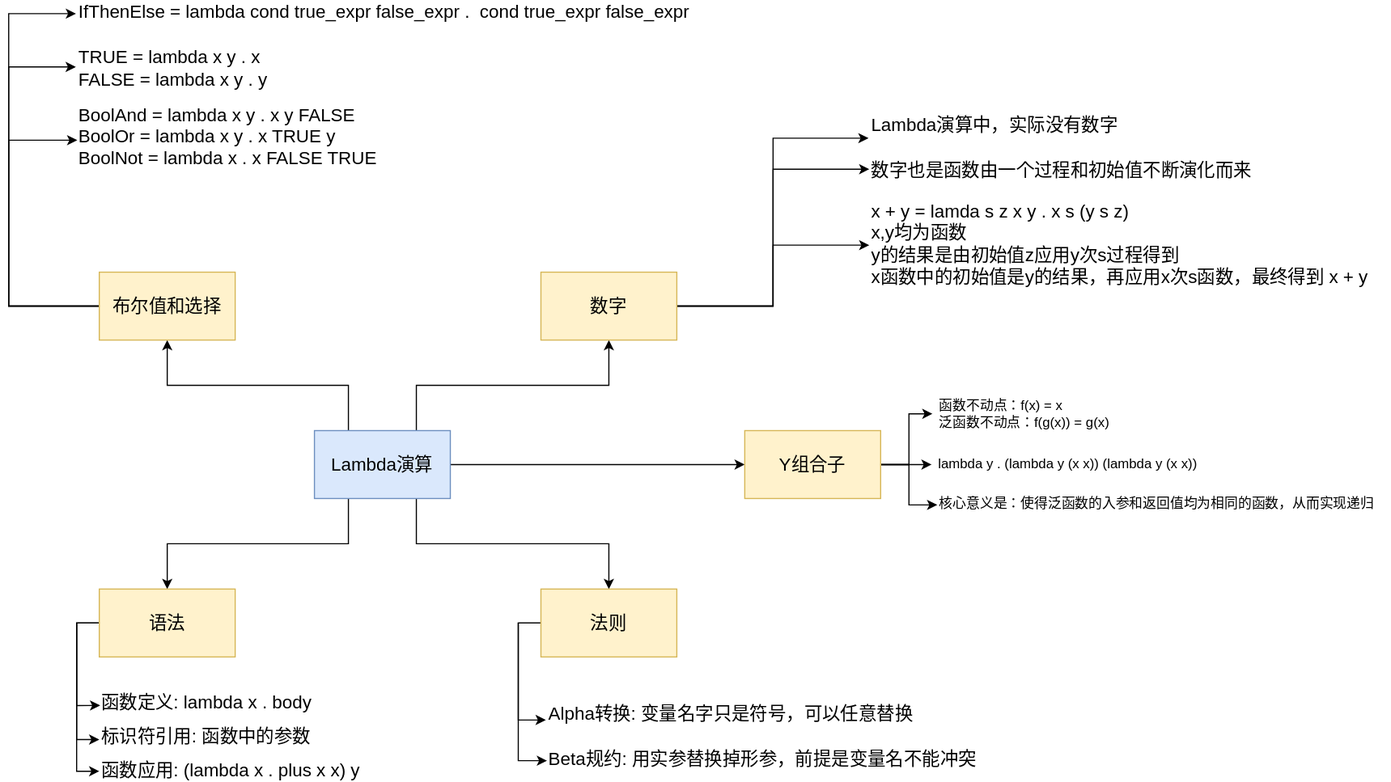
The draw.io diagram docs/lamda-calus.drawio.svg in 109km/learn-sicp-by-exersices, before a commit. Source tidied: cells renumbered, new cells last; positions are measured from the earlier drawing's top-left corner, leaving out a move shared by most shapes. Its diagram source:
```xml
<mxGraphModel>
  <root>
    <mxCell id="0" />
    <mxCell id="1" parent="0" />
    <mxCell id="2" style="edgeStyle=orthogonalEdgeStyle;rounded=0;jettySize=auto;html=1;exitX=0.25;exitY=1;exitDx=0;exitDy=0;entryX=0.5;entryY=0;entryDx=0;entryDy=0;fontSize=16;" parent="1" edge="1" source="7" target="14">
      <mxGeometry relative="1" as="geometry" />
    </mxCell>
    <mxCell id="3" style="edgeStyle=orthogonalEdgeStyle;rounded=0;jettySize=auto;html=1;exitX=0.75;exitY=1;exitDx=0;exitDy=0;entryX=0.5;entryY=0;entryDx=0;entryDy=0;fontSize=16;" parent="1" edge="1" source="7" target="10">
      <mxGeometry relative="1" as="geometry" />
    </mxCell>
    <mxCell id="4" style="edgeStyle=orthogonalEdgeStyle;rounded=0;jettySize=auto;html=1;exitX=0.75;exitY=0;exitDx=0;exitDy=0;entryX=0.5;entryY=1;entryDx=0;entryDy=0;fontSize=16;" parent="1" edge="1" source="7" target="23">
      <mxGeometry relative="1" as="geometry" />
    </mxCell>
    <mxCell id="5" style="edgeStyle=orthogonalEdgeStyle;rounded=0;jettySize=auto;html=1;exitX=0.25;exitY=0;exitDx=0;exitDy=0;fontSize=16;" parent="1" edge="1" source="7" target="30">
      <mxGeometry relative="1" as="geometry" />
    </mxCell>
    <mxCell id="6" style="edgeStyle=orthogonalEdgeStyle;rounded=0;jettySize=auto;html=1;exitX=1;exitY=0.5;exitDx=0;exitDy=0;entryX=0;entryY=0.5;entryDx=0;entryDy=0;" parent="1" edge="1" source="7" target="37">
      <mxGeometry relative="1" as="geometry" />
    </mxCell>
    <mxCell id="7" value="Lambda演算" style="rounded=0;whiteSpace=wrap;html=1;fillColor=#dae8fc;strokeColor=#6c8ebf;fontSize=16;" parent="1" vertex="1">
      <mxGeometry x="270" y="380" width="120" height="60" as="geometry" />
    </mxCell>
    <mxCell id="8" style="edgeStyle=orthogonalEdgeStyle;rounded=0;jettySize=auto;html=1;exitX=0;exitY=0.5;exitDx=0;exitDy=0;entryX=-0.002;entryY=0.786;entryDx=0;entryDy=0;entryPerimeter=0;fontSize=16;" parent="1" edge="1" source="10" target="18">
      <mxGeometry relative="1" as="geometry" />
    </mxCell>
    <mxCell id="9" style="edgeStyle=orthogonalEdgeStyle;rounded=0;jettySize=auto;html=1;exitX=0;exitY=0.5;exitDx=0;exitDy=0;entryX=0.001;entryY=0.583;entryDx=0;entryDy=0;entryPerimeter=0;fontSize=16;" parent="1" edge="1" source="10" target="19">
      <mxGeometry relative="1" as="geometry" />
    </mxCell>
    <mxCell id="10" value="法则" style="rounded=0;whiteSpace=wrap;html=1;fillColor=#fff2cc;strokeColor=#d6b656;fontSize=16;" parent="1" vertex="1">
      <mxGeometry x="470" y="520" width="120" height="60" as="geometry" />
    </mxCell>
    <mxCell id="11" style="edgeStyle=orthogonalEdgeStyle;rounded=0;jettySize=auto;html=1;exitX=0;exitY=0.5;exitDx=0;exitDy=0;fontSize=16;entryX=0.004;entryY=0.643;entryDx=0;entryDy=0;entryPerimeter=0;" parent="1" edge="1" source="14" target="15">
      <mxGeometry relative="1" as="geometry" />
    </mxCell>
    <mxCell id="12" style="edgeStyle=orthogonalEdgeStyle;rounded=0;jettySize=auto;html=1;exitX=0;exitY=0.5;exitDx=0;exitDy=0;entryX=0;entryY=0.65;entryDx=0;entryDy=0;entryPerimeter=0;fontSize=16;" parent="1" edge="1" source="14" target="16">
      <mxGeometry relative="1" as="geometry" />
    </mxCell>
    <mxCell id="13" style="edgeStyle=orthogonalEdgeStyle;rounded=0;jettySize=auto;html=1;exitX=0;exitY=0.5;exitDx=0;exitDy=0;entryX=0;entryY=0.55;entryDx=0;entryDy=0;entryPerimeter=0;fontSize=16;" parent="1" edge="1" source="14" target="17">
      <mxGeometry relative="1" as="geometry" />
    </mxCell>
    <mxCell id="14" value="语法" style="rounded=0;whiteSpace=wrap;html=1;fillColor=#fff2cc;strokeColor=#d6b656;fontSize=16;" parent="1" vertex="1">
      <mxGeometry x="80" y="520" width="120" height="60" as="geometry" />
    </mxCell>
    <mxCell id="15" value="函数定义: lambda x . body" style="text;html=1;align=left;verticalAlign=middle;points=[];fontSize=16;" parent="1" vertex="1">
      <mxGeometry x="80" y="610" width="200" height="20" as="geometry" />
    </mxCell>
    <mxCell id="16" value="标识符引用: 函数中的参数" style="text;html=1;align=left;verticalAlign=middle;points=[];fontSize=16;" parent="1" vertex="1">
      <mxGeometry x="80" y="640" width="200" height="20" as="geometry" />
    </mxCell>
    <mxCell id="17" value="函数应用: (lambda x . plus x x) y" style="text;html=1;align=left;verticalAlign=middle;points=[];fontSize=16;" parent="1" vertex="1">
      <mxGeometry x="80" y="670" width="240" height="20" as="geometry" />
    </mxCell>
    <mxCell id="18" value="Alpha转换: 变量名字只是符号，可以任意替换" style="text;html=1;align=left;verticalAlign=middle;points=[];fontSize=16;" parent="1" vertex="1">
      <mxGeometry x="475" y="620" width="340" height="20" as="geometry" />
    </mxCell>
    <mxCell id="19" value="Beta规约: 用实参替换掉形参，前提是变量名不能冲突" style="text;html=1;align=left;verticalAlign=middle;points=[];fontSize=16;" parent="1" vertex="1">
      <mxGeometry x="475" y="660" width="390" height="20" as="geometry" />
    </mxCell>
    <mxCell id="20" style="edgeStyle=orthogonalEdgeStyle;rounded=0;jettySize=auto;html=1;exitX=1;exitY=0.5;exitDx=0;exitDy=0;entryX=-0.003;entryY=1.079;entryDx=0;entryDy=0;entryPerimeter=0;fontSize=16;" parent="1" edge="1" source="23" target="24">
      <mxGeometry relative="1" as="geometry" />
    </mxCell>
    <mxCell id="21" style="edgeStyle=orthogonalEdgeStyle;rounded=0;jettySize=auto;html=1;exitX=1;exitY=0.5;exitDx=0;exitDy=0;entryX=0;entryY=0.45;entryDx=0;entryDy=0;entryPerimeter=0;fontSize=16;" parent="1" edge="1" source="23" target="25">
      <mxGeometry relative="1" as="geometry" />
    </mxCell>
    <mxCell id="22" style="edgeStyle=orthogonalEdgeStyle;rounded=0;jettySize=auto;html=1;exitX=1;exitY=0.5;exitDx=0;exitDy=0;entryX=0;entryY=0.514;entryDx=0;entryDy=0;entryPerimeter=0;fontSize=16;" parent="1" edge="1" source="23" target="26">
      <mxGeometry relative="1" as="geometry" />
    </mxCell>
    <mxCell id="23" value="数字" style="rounded=0;whiteSpace=wrap;html=1;fillColor=#fff2cc;strokeColor=#d6b656;fontSize=16;" parent="1" vertex="1">
      <mxGeometry x="470" y="240" width="120" height="60" as="geometry" />
    </mxCell>
    <mxCell id="24" value="Lambda演算中，实际没有数字" style="text;html=1;align=left;verticalAlign=middle;points=[];fontSize=16;" parent="1" vertex="1">
      <mxGeometry x="760" y="100" width="230" height="20" as="geometry" />
    </mxCell>
    <mxCell id="25" value="数字也是函数由一个过程和初始值不断演化而来" style="text;html=1;align=left;verticalAlign=middle;points=[];fontSize=16;" parent="1" vertex="1">
      <mxGeometry x="760" y="140" width="350" height="20" as="geometry" />
    </mxCell>
    <mxCell id="26" value="x + y = lamda s z x y . x s (y s z)&amp;nbsp; &lt;br style=&quot;font-size: 16px;&quot;&gt;x,y均为函数&lt;br style=&quot;font-size: 16px;&quot;&gt;y的结果是由初始值z应用y次s过程得到&lt;br style=&quot;font-size: 16px;&quot;&gt;x函数中的初始值是y的结果，再应用x次s函数，最终得到 x + y" style="text;html=1;align=left;verticalAlign=middle;points=[];fontSize=16;" parent="1" vertex="1">
      <mxGeometry x="760" y="175" width="450" height="80" as="geometry" />
    </mxCell>
    <mxCell id="27" style="edgeStyle=orthogonalEdgeStyle;rounded=0;jettySize=auto;html=1;exitX=0;exitY=0.5;exitDx=0;exitDy=0;entryX=0.002;entryY=0.556;entryDx=0;entryDy=0;entryPerimeter=0;fontSize=16;" parent="1" edge="1" source="30" target="33">
      <mxGeometry relative="1" as="geometry">
        <Array as="points">
          <mxPoint y="270" />
          <mxPoint y="123" />
        </Array>
      </mxGeometry>
    </mxCell>
    <mxCell id="28" style="edgeStyle=orthogonalEdgeStyle;rounded=0;jettySize=auto;html=1;exitX=0;exitY=0.5;exitDx=0;exitDy=0;entryX=-0.004;entryY=0.466;entryDx=0;entryDy=0;entryPerimeter=0;fontSize=16;" parent="1" edge="1" source="30" target="32">
      <mxGeometry relative="1" as="geometry">
        <Array as="points">
          <mxPoint y="270" />
          <mxPoint y="59" />
        </Array>
      </mxGeometry>
    </mxCell>
    <mxCell id="29" style="edgeStyle=orthogonalEdgeStyle;rounded=0;jettySize=auto;html=1;exitX=0;exitY=0.5;exitDx=0;exitDy=0;entryX=-0.001;entryY=0.579;entryDx=0;entryDy=0;entryPerimeter=0;fontSize=16;" parent="1" edge="1" source="30" target="31">
      <mxGeometry relative="1" as="geometry">
        <Array as="points">
          <mxPoint y="270" />
          <mxPoint y="12" />
        </Array>
      </mxGeometry>
    </mxCell>
    <mxCell id="30" value="布尔值和选择" style="rounded=0;whiteSpace=wrap;html=1;fillColor=#fff2cc;strokeColor=#d6b656;fontSize=16;" parent="1" vertex="1">
      <mxGeometry x="80" y="240" width="120" height="60" as="geometry" />
    </mxCell>
    <mxCell id="31" value="IfThenElse = lambda cond true_expr false_expr .&amp;nbsp; cond true_expr false_expr" style="text;html=1;align=left;verticalAlign=middle;points=[];fontSize=16;" parent="1" vertex="1">
      <mxGeometry x="60" width="550" height="20" as="geometry" />
    </mxCell>
    <mxCell id="32" value="TRUE = lambda x y . x&lt;br style=&quot;font-size: 16px;&quot;&gt;FALSE = lambda x y . y" style="text;html=1;align=left;verticalAlign=middle;points=[];fontSize=16;" parent="1" vertex="1">
      <mxGeometry x="60" y="40" width="180" height="40" as="geometry" />
    </mxCell>
    <mxCell id="33" value="BoolAnd = lambda x y . x y FALSE&lt;br style=&quot;font-size: 16px&quot;&gt;BoolOr = lambda x y . x TRUE y&lt;br&gt;BoolNot = lambda x . x FALSE TRUE" style="text;html=1;align=left;verticalAlign=middle;points=[];fontSize=16;" parent="1" vertex="1">
      <mxGeometry x="60" y="90" width="280" height="60" as="geometry" />
    </mxCell>
    <mxCell id="34" style="edgeStyle=orthogonalEdgeStyle;rounded=0;jettySize=auto;html=1;exitX=1;exitY=0.5;exitDx=0;exitDy=0;" parent="1" edge="1" source="37" target="38">
      <mxGeometry relative="1" as="geometry" />
    </mxCell>
    <mxCell id="35" style="edgeStyle=orthogonalEdgeStyle;rounded=0;jettySize=auto;html=1;exitX=1;exitY=0.5;exitDx=0;exitDy=0;entryX=-0.025;entryY=0.506;entryDx=0;entryDy=0;entryPerimeter=0;" parent="1" edge="1" source="37" target="39">
      <mxGeometry relative="1" as="geometry" />
    </mxCell>
    <mxCell id="36" style="edgeStyle=orthogonalEdgeStyle;rounded=0;jettySize=auto;html=1;exitX=1;exitY=0.5;exitDx=0;exitDy=0;entryX=0;entryY=0.533;entryDx=0;entryDy=0;entryPerimeter=0;" parent="1" edge="1" source="37" target="40">
      <mxGeometry relative="1" as="geometry" />
    </mxCell>
    <mxCell id="37" value="Y组合子" style="rounded=0;whiteSpace=wrap;html=1;fillColor=#fff2cc;strokeColor=#d6b656;fontSize=16;" parent="1" vertex="1">
      <mxGeometry x="650" y="380" width="120" height="60" as="geometry" />
    </mxCell>
    <mxCell id="38" value="lambda y . (lambda y (x x)) (lambda y (x x))" style="text;html=1;align=center;verticalAlign=middle;points=[];" parent="1" vertex="1">
      <mxGeometry x="815" y="400" width="240" height="20" as="geometry" />
    </mxCell>
    <mxCell id="39" value="函数不动点：f(x) = x&lt;br&gt;泛函数不动点：f(g(x)) = g(x)" style="text;html=1;align=left;verticalAlign=middle;points=[];" parent="1" vertex="1">
      <mxGeometry x="820" y="350" width="170" height="30" as="geometry" />
    </mxCell>
    <mxCell id="40" value="核心意义是：使得泛函数的入参和返回值均为相同的函数，从而实现递归" style="text;html=1;align=left;verticalAlign=middle;points=[];" parent="1" vertex="1">
      <mxGeometry x="820" y="435" width="400" height="20" as="geometry" />
    </mxCell>
  </root>
</mxGraphModel>
```
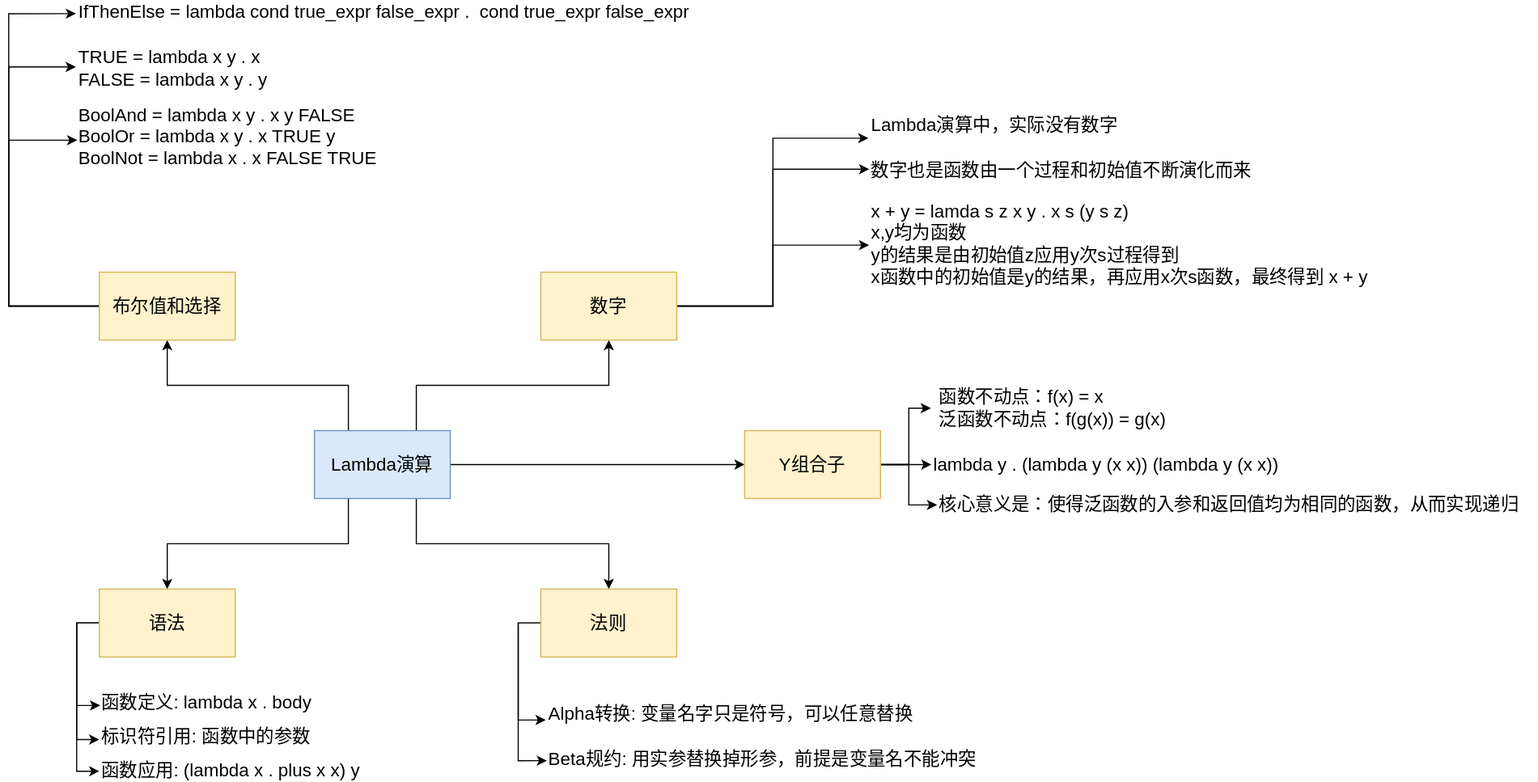
After the change.

Change to the diagram source:
```diff
@@ -125,14 +125,14 @@
     <mxCell id="37" value="Y组合子" style="rounded=0;whiteSpace=wrap;html=1;fillColor=#fff2cc;strokeColor=#d6b656;fontSize=16;" parent="1" vertex="1">
       <mxGeometry x="650" y="380" width="120" height="60" as="geometry" />
     </mxCell>
-    <mxCell id="38" value="lambda y . (lambda y (x x)) (lambda y (x x))" style="text;html=1;align=center;verticalAlign=middle;points=[];" parent="1" vertex="1">
-      <mxGeometry x="815" y="400" width="240" height="20" as="geometry" />
+    <mxCell id="38" value="lambda y . (lambda y (x x)) (lambda y (x x))" style="text;html=1;align=left;verticalAlign=middle;points=[];fontSize=16;" parent="1" vertex="1">
+      <mxGeometry x="815" y="400" width="320" height="20" as="geometry" />
     </mxCell>
-    <mxCell id="39" value="函数不动点：f(x) = x&lt;br&gt;泛函数不动点：f(g(x)) = g(x)" style="text;html=1;align=left;verticalAlign=middle;points=[];" parent="1" vertex="1">
-      <mxGeometry x="820" y="350" width="170" height="30" as="geometry" />
+    <mxCell id="39" value="函数不动点：f(x) = x&lt;br style=&quot;font-size: 16px;&quot;&gt;泛函数不动点：f(g(x)) = g(x)" style="text;html=1;align=left;verticalAlign=middle;points=[];fontSize=16;" parent="1" vertex="1">
+      <mxGeometry x="820" y="340" width="220" height="40" as="geometry" />
     </mxCell>
-    <mxCell id="40" value="核心意义是：使得泛函数的入参和返回值均为相同的函数，从而实现递归" style="text;html=1;align=left;verticalAlign=middle;points=[];" parent="1" vertex="1">
-      <mxGeometry x="820" y="435" width="400" height="20" as="geometry" />
+    <mxCell id="40" value="核心意义是：使得泛函数的入参和返回值均为相同的函数，从而实现递归" style="text;html=1;align=left;verticalAlign=middle;points=[];fontSize=16;" parent="1" vertex="1">
+      <mxGeometry x="820" y="435" width="530" height="20" as="geometry" />
     </mxCell>
   </root>
 </mxGraphModel>
```
